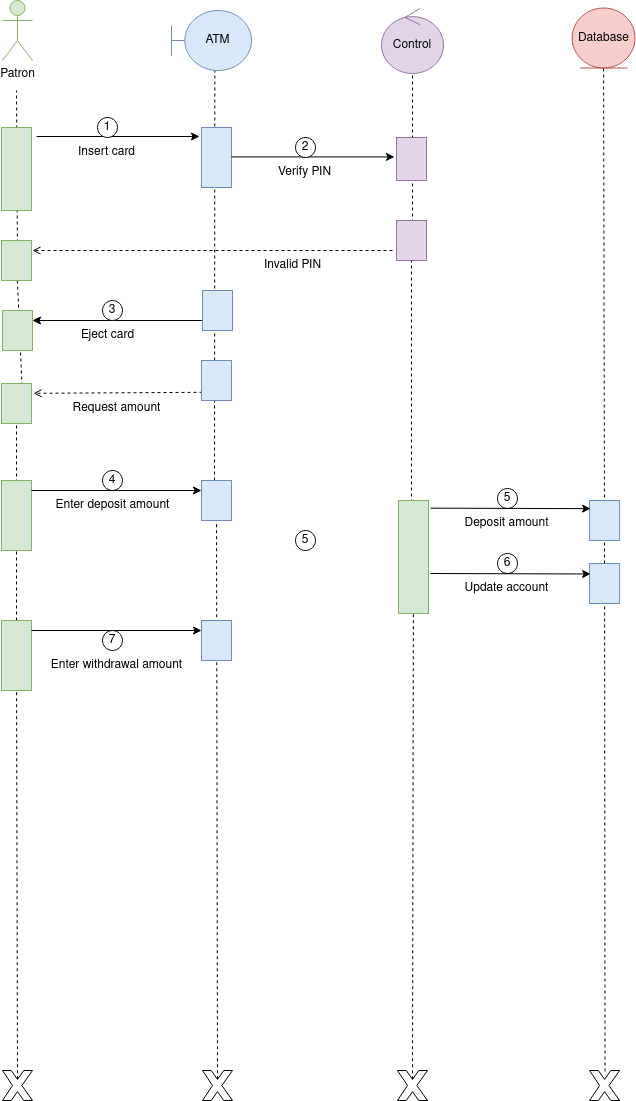
Before: diagramas/Diagrama de secuencia cajero automatico.png, a diagram exported from draw.io (Chugani05/entorno_de_desarrollo). Source tidied: cells renumbered, new cells last; positions are measured from the earlier drawing's top-left corner, leaving out a move shared by most shapes.
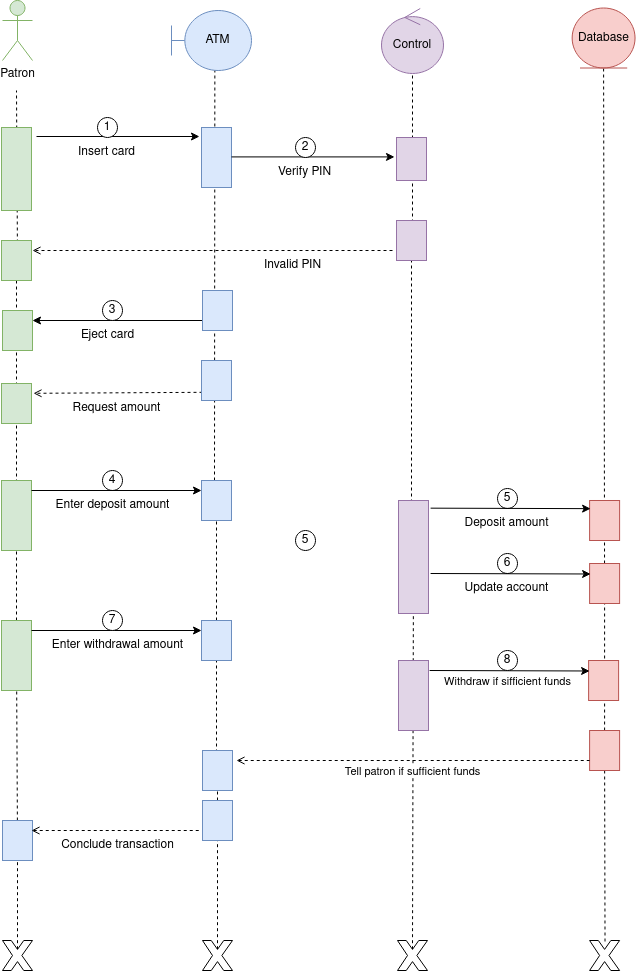
The same file after the commit.

What changed in the source:
```diff
@@ -40,10 +40,10 @@
       <mxGeometry x="496" y="553" width="20" height="20" as="geometry" />
     </mxCell>
     <mxCell id="12" style="verticalLabelPosition=bottom;verticalAlign=top;html=1;shape=mxgraph.basic.x;" parent="1" vertex="1">
-      <mxGeometry x="201" y="1070" width="30" height="30" as="geometry" />
+      <mxGeometry x="201" y="940" width="30" height="30" as="geometry" />
     </mxCell>
     <mxCell id="13" style="verticalLabelPosition=bottom;verticalAlign=top;html=1;shape=mxgraph.basic.x;" parent="1" vertex="1">
-      <mxGeometry x="1" y="1070" width="30" height="30" as="geometry" />
+      <mxGeometry x="1" y="940" width="30" height="30" as="geometry" />
     </mxCell>
     <mxCell id="14" style="endArrow=none;dashed=1;html=1;rounded=0;verticalAlign=bottom;entryX=0.542;entryY=0.997;entryDx=0;entryDy=0;entryPerimeter=0;" parent="1" edge="1" target="24">
       <mxGeometry relative="1" as="geometry">
@@ -63,10 +63,10 @@
       <mxGeometry y="127" width="30" height="83" as="geometry" />
     </mxCell>
     <mxCell id="18" style="verticalLabelPosition=bottom;verticalAlign=top;html=1;shape=mxgraph.basic.x;" parent="1" vertex="1">
-      <mxGeometry x="396" y="1070" width="30" height="30" as="geometry" />
+      <mxGeometry x="396" y="940" width="30" height="30" as="geometry" />
     </mxCell>
     <mxCell id="19" style="verticalLabelPosition=bottom;verticalAlign=top;html=1;shape=mxgraph.basic.x;" parent="1" vertex="1">
-      <mxGeometry x="588.1" y="1070" width="30" height="30" as="geometry" />
+      <mxGeometry x="588.1" y="940" width="30" height="30" as="geometry" />
     </mxCell>
     <mxCell id="20" style="endArrow=none;dashed=1;html=1;rounded=0;" parent="1" edge="1" target="22">
       <mxGeometry relative="1" as="geometry">
@@ -120,8 +120,10 @@
     <mxCell id="33" value="Invalid PIN" style="text;html=1;align=center;verticalAlign=middle;strokeColor=none;fillColor=none;" parent="1" vertex="1">
       <mxGeometry x="251" y="250" width="80" height="30" as="geometry" />
     </mxCell>
-    <mxCell id="34" style="endArrow=none;dashed=1;html=1;rounded=0;exitX=0.5;exitY=0.29;exitDx=0;exitDy=0;exitPerimeter=0;" parent="1" edge="1" source="40" target="35">
-      <mxGeometry relative="1" as="geometry" />
+    <mxCell id="34" style="endArrow=none;dashed=1;html=1;rounded=0;" parent="1" edge="1" target="35">
+      <mxGeometry relative="1" as="geometry">
+        <mxPoint x="15" y="403" as="sourcePoint" />
+      </mxGeometry>
     </mxCell>
     <mxCell id="35" style="rounded=0;whiteSpace=wrap;html=1;direction=south;verticalAlign=top;fillColor=#d5e8d4;strokeColor=#82b366;" parent="1" vertex="1">
       <mxGeometry y="240" width="30" height="40" as="geometry" />
@@ -146,7 +148,7 @@
     <mxCell id="41" value="Request amount" style="text;html=1;align=center;verticalAlign=middle;strokeColor=none;fillColor=none;" parent="1" vertex="1">
       <mxGeometry x="60" y="393" width="110" height="30" as="geometry" />
     </mxCell>
-    <mxCell id="42" style="endArrow=none;dashed=1;html=1;rounded=0;exitX=0.5;exitY=0.29;exitDx=0;exitDy=0;exitPerimeter=0;" parent="1" edge="1" source="13" target="45">
+    <mxCell id="42" style="endArrow=none;dashed=1;html=1;rounded=0;" parent="1" edge="1" source="78" target="45">
       <mxGeometry relative="1" as="geometry" />
     </mxCell>
     <mxCell id="43" style="endArrow=none;dashed=1;html=1;rounded=0;" parent="1" edge="1" target="44">
@@ -160,8 +162,10 @@
     <mxCell id="45" style="rounded=0;whiteSpace=wrap;html=1;direction=south;verticalAlign=top;fillColor=#d5e8d4;strokeColor=#82b366;" parent="1" vertex="1">
       <mxGeometry y="620" width="30" height="70" as="geometry" />
     </mxCell>
-    <mxCell id="46" style="endArrow=none;dashed=1;html=1;rounded=0;exitX=0.5;exitY=0.29;exitDx=0;exitDy=0;exitPerimeter=0;verticalAlign=bottom;" parent="1" edge="1" source="12" target="47">
-      <mxGeometry relative="1" as="geometry" />
+    <mxCell id="46" style="endArrow=none;dashed=1;html=1;rounded=0;verticalAlign=bottom;" parent="1" edge="1" target="47">
+      <mxGeometry relative="1" as="geometry">
+        <mxPoint x="215" y="770" as="sourcePoint" />
+      </mxGeometry>
     </mxCell>
     <mxCell id="47" style="rounded=0;whiteSpace=wrap;html=1;direction=south;verticalAlign=top;fillColor=#dae8fc;strokeColor=#6c8ebf;" parent="1" vertex="1">
       <mxGeometry x="200" y="480" width="30" height="40" as="geometry" />
@@ -185,21 +189,21 @@
       <mxGeometry x="41" y="490" width="140" height="30" as="geometry" />
     </mxCell>
     <mxCell id="52" value="Enter withdrawal amount" style="text;html=1;align=center;verticalAlign=middle;strokeColor=none;fillColor=none;" parent="1" vertex="1">
-      <mxGeometry x="40" y="650" width="150" height="30" as="geometry" />
+      <mxGeometry x="41" y="630" width="150" height="30" as="geometry" />
     </mxCell>
     <mxCell id="53" style="endArrow=none;dashed=1;html=1;rounded=0;exitX=0.5;exitY=0.29;exitDx=0;exitDy=0;exitPerimeter=0;" parent="1" edge="1" source="18" target="54">
       <mxGeometry relative="1" as="geometry" />
     </mxCell>
-    <mxCell id="54" style="rounded=0;whiteSpace=wrap;html=1;direction=south;fillColor=#d5e8d4;strokeColor=#82b366;" parent="1" vertex="1">
+    <mxCell id="54" style="rounded=0;whiteSpace=wrap;html=1;direction=south;fillColor=#e1d5e7;strokeColor=#9673a6;" parent="1" vertex="1">
       <mxGeometry x="397" y="500" width="30" height="113" as="geometry" />
     </mxCell>
-    <mxCell id="55" style="rounded=0;whiteSpace=wrap;html=1;direction=south;verticalAlign=top;fillColor=#dae8fc;strokeColor=#6c8ebf;" parent="1" vertex="1">
+    <mxCell id="55" style="rounded=0;whiteSpace=wrap;html=1;direction=south;verticalAlign=top;fillColor=#f8cecc;strokeColor=#b85450;" parent="1" vertex="1">
       <mxGeometry x="588.1" y="500" width="30" height="40" as="geometry" />
     </mxCell>
-    <mxCell id="56" style="endArrow=none;dashed=1;html=1;rounded=0;exitX=0.514;exitY=0.033;exitDx=0;exitDy=0;exitPerimeter=0;" parent="1" edge="1" source="19" target="57">
+    <mxCell id="56" style="endArrow=none;dashed=1;html=1;rounded=0;" parent="1" edge="1" source="67" target="57">
       <mxGeometry relative="1" as="geometry" />
     </mxCell>
-    <mxCell id="57" style="rounded=0;whiteSpace=wrap;html=1;direction=south;verticalAlign=top;fillColor=#dae8fc;strokeColor=#6c8ebf;" parent="1" vertex="1">
+    <mxCell id="57" style="rounded=0;whiteSpace=wrap;html=1;direction=south;verticalAlign=top;fillColor=#f8cecc;strokeColor=#b85450;" parent="1" vertex="1">
       <mxGeometry x="588.1" y="563" width="30" height="40" as="geometry" />
     </mxCell>
     <mxCell id="58" style="endArrow=classic;html=1;rounded=0;exitX=0.25;exitY=0;exitDx=0;exitDy=0;endFill=1;startArrow=none;startFill=0;" parent="1" edge="1">
@@ -224,7 +228,72 @@
       <mxGeometry x="294" y="530" width="20" height="20" as="geometry" />
     </mxCell>
     <mxCell id="63" value="7" style="ellipse;whiteSpace=wrap;html=1;" parent="1" vertex="1">
-      <mxGeometry x="101" y="630" width="20" height="20" as="geometry" />
+      <mxGeometry x="101" y="610" width="20" height="20" as="geometry" />
     </mxCell>
+    <mxCell id="64" style="rounded=0;whiteSpace=wrap;html=1;direction=south;fillColor=#e1d5e7;strokeColor=#9673a6;" parent="1" vertex="1">
+      <mxGeometry x="397" y="660" width="30" height="70" as="geometry" />
+    </mxCell>
+    <mxCell id="65" style="rounded=0;whiteSpace=wrap;html=1;direction=south;verticalAlign=top;fillColor=#f8cecc;strokeColor=#b85450;" parent="1" vertex="1">
+      <mxGeometry x="587.1" y="660" width="30" height="40" as="geometry" />
+    </mxCell>
+    <mxCell id="66" style="endArrow=none;dashed=1;html=1;rounded=0;exitX=0.514;exitY=0.033;exitDx=0;exitDy=0;exitPerimeter=0;" parent="1" edge="1" source="19" target="67">
+      <mxGeometry relative="1" as="geometry" />
+    </mxCell>
+    <mxCell id="67" style="rounded=0;whiteSpace=wrap;html=1;direction=south;verticalAlign=top;fillColor=#f8cecc;strokeColor=#b85450;" parent="1" vertex="1">
+      <mxGeometry x="588.1" y="730" width="30" height="40" as="geometry" />
+    </mxCell>
+    <mxCell id="68" style="endArrow=classic;html=1;rounded=0;exitX=0.25;exitY=0;exitDx=0;exitDy=0;endFill=1;startArrow=none;startFill=0;" parent="1" edge="1">
+      <mxGeometry relative="1" as="geometry">
+        <mxPoint x="428.1" y="670" as="sourcePoint" />
+        <mxPoint x="588.1" y="670.5" as="targetPoint" />
+      </mxGeometry>
+    </mxCell>
+    <mxCell id="69" value="Withdraw if sifficient funds" style="edgeLabel;html=1;align=center;verticalAlign=middle;" parent="68" vertex="1">
+      <mxGeometry x="-0.07" y="-3" relative="1" as="geometry">
+        <mxPoint x="2" y="7" as="offset" />
+      </mxGeometry>
+    </mxCell>
+    <mxCell id="70" value="8" style="ellipse;whiteSpace=wrap;html=1;" parent="1" vertex="1">
+      <mxGeometry x="496" y="650" width="20" height="20" as="geometry" />
+    </mxCell>
+    <mxCell id="71" style="endArrow=none;dashed=1;html=1;rounded=0;entryX=0.75;entryY=1;entryDx=0;entryDy=0;startArrow=open;startFill=0;" parent="1" edge="1" target="67">
+      <mxGeometry relative="1" as="geometry">
+        <mxPoint x="235" y="760" as="sourcePoint" />
+      </mxGeometry>
+    </mxCell>
+    <mxCell id="72" value="Tell patron if sufficient funds" style="edgeLabel;html=1;align=center;verticalAlign=middle;" parent="71" vertex="1">
+      <mxGeometry x="-0.2" y="-3" relative="1" as="geometry">
+        <mxPoint x="34" y="7" as="offset" />
+      </mxGeometry>
+    </mxCell>
+    <mxCell id="73" style="endArrow=none;dashed=1;html=1;rounded=0;verticalAlign=bottom;" parent="1" edge="1" target="74">
+      <mxGeometry relative="1" as="geometry">
+        <mxPoint x="216" y="830" as="sourcePoint" />
+      </mxGeometry>
+    </mxCell>
+    <mxCell id="74" style="rounded=0;whiteSpace=wrap;html=1;direction=south;verticalAlign=top;fillColor=#dae8fc;strokeColor=#6c8ebf;" parent="1" vertex="1">
+      <mxGeometry x="201" y="750" width="30" height="40" as="geometry" />
+    </mxCell>
+    <mxCell id="75" style="endArrow=none;dashed=1;html=1;rounded=0;exitX=0.5;exitY=0.29;exitDx=0;exitDy=0;exitPerimeter=0;verticalAlign=bottom;" parent="1" edge="1" source="12" target="76">
+      <mxGeometry relative="1" as="geometry" />
+    </mxCell>
+    <mxCell id="76" style="rounded=0;whiteSpace=wrap;html=1;direction=south;verticalAlign=top;fillColor=#dae8fc;strokeColor=#6c8ebf;" parent="1" vertex="1">
+      <mxGeometry x="201" y="800" width="30" height="40" as="geometry" />
+    </mxCell>
+    <mxCell id="77" style="endArrow=none;dashed=1;html=1;rounded=0;exitX=0.5;exitY=0.29;exitDx=0;exitDy=0;exitPerimeter=0;" parent="1" edge="1" source="13" target="78">
+      <mxGeometry relative="1" as="geometry" />
+    </mxCell>
+    <mxCell id="78" style="rounded=0;whiteSpace=wrap;html=1;direction=south;verticalAlign=top;fillColor=#dae8fc;strokeColor=#6c8ebf;" parent="1" vertex="1">
+      <mxGeometry x="1" y="820" width="30" height="40" as="geometry" />
+    </mxCell>
+    <mxCell id="79" style="endArrow=none;html=1;rounded=0;exitX=0.25;exitY=0;exitDx=0;exitDy=0;entryX=0.15;entryY=1.067;entryDx=0;entryDy=0;entryPerimeter=0;endFill=0;startArrow=open;startFill=0;dashed=1;" parent="1" edge="1">
+      <mxGeometry relative="1" as="geometry">
+        <mxPoint x="30" y="830" as="sourcePoint" />
+        <mxPoint x="200" y="830" as="targetPoint" />
+      </mxGeometry>
+    </mxCell>
+    <mxCell id="80" value="Conclude transaction" style="text;html=1;align=center;verticalAlign=middle;strokeColor=none;fillColor=none;" parent="1" vertex="1">
+      <mxGeometry x="46" y="830" width="140" height="30" as="geometry" />
+    </mxCell>
   </root>
 </mxGraphModel>
```
